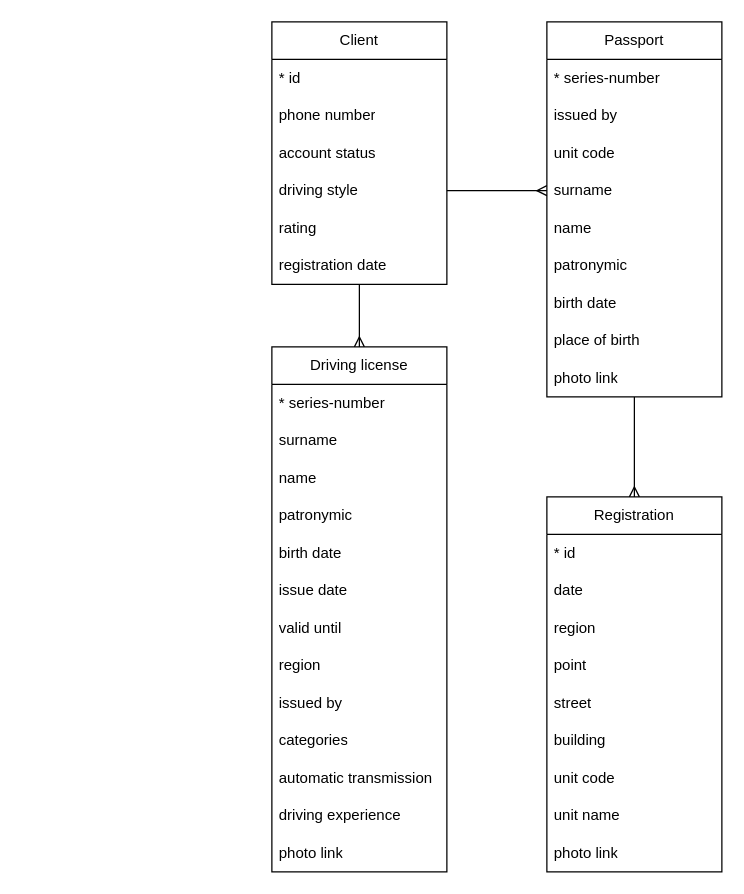
The draw.io diagram relations.drawio in car-sharing-proto/client-db, before the edit. Source tidied: cells renumbered, new cells numbered last; positions are measured from the earlier drawing's top-left corner, leaving out a move shared by most shapes. Both pictures are drawn from the tidied source at 125%, with x=0, y=0 at pixel (271, 21).
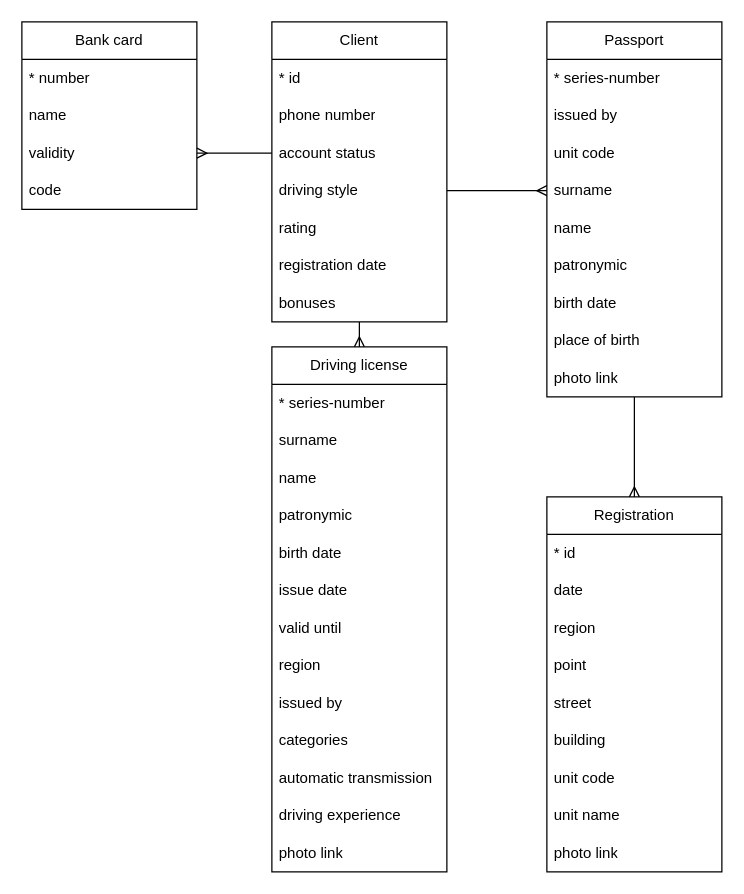
After the change.

Commit message (it also covers changes not shown here):
update data schema

Diff of the diagram source:
```diff
@@
+    <mxCell id="46" style="edgeStyle=orthogonalEdgeStyle;rounded=0;jettySize=auto;html=1;endArrow=ERmany;endFill=0;" parent="1" edge="1" source="3" target="48">
+      <mxGeometry relative="1" as="geometry">
+        <Array as="points">
+          <mxPoint x="-50" y="105" />
+          <mxPoint x="-50" y="105" />
+        </Array>
+      </mxGeometry>
+    </mxCell>
     <mxCell id="3" value="Client" style="swimlane;fontStyle=0;horizontal=1;startSize=30;whiteSpace=wrap;html=1;" parent="1" vertex="1">
-      <mxGeometry width="140" height="210" as="geometry" />
+      <mxGeometry width="140" height="240" as="geometry" />
     </mxCell>
@@
+    <mxCell id="47" value="bonuses" style="text;strokeColor=none;fillColor=none;align=left;verticalAlign=middle;spacingLeft=4;spacingRight=4;overflow=hidden;whiteSpace=wrap;html=1;" parent="3" vertex="1">
+      <mxGeometry y="210" width="140" height="30" as="geometry" />
+    </mxCell>
@@
+    <mxCell id="48" value="Bank card" style="swimlane;fontStyle=0;horizontal=1;startSize=30;whiteSpace=wrap;html=1;" parent="1" vertex="1">
+      <mxGeometry x="-200" width="140" height="150" as="geometry" />
+    </mxCell>
+    <mxCell id="49" value="* number" style="text;strokeColor=none;fillColor=none;align=left;verticalAlign=middle;spacingLeft=4;spacingRight=4;overflow=hidden;whiteSpace=wrap;html=1;" parent="48" vertex="1">
+      <mxGeometry y="30" width="140" height="30" as="geometry" />
+    </mxCell>
+    <mxCell id="50" value="name" style="text;strokeColor=none;fillColor=none;align=left;verticalAlign=middle;spacingLeft=4;spacingRight=4;overflow=hidden;whiteSpace=wrap;html=1;" parent="48" vertex="1">
+      <mxGeometry y="60" width="140" height="30" as="geometry" />
+    </mxCell>
+    <mxCell id="51" value="validity" style="text;strokeColor=none;fillColor=none;align=left;verticalAlign=middle;spacingLeft=4;spacingRight=4;overflow=hidden;whiteSpace=wrap;html=1;" parent="48" vertex="1">
+      <mxGeometry y="90" width="140" height="30" as="geometry" />
+    </mxCell>
+    <mxCell id="52" value="code" style="text;strokeColor=none;fillColor=none;align=left;verticalAlign=middle;spacingLeft=4;spacingRight=4;overflow=hidden;whiteSpace=wrap;html=1;" parent="48" vertex="1">
+      <mxGeometry y="120" width="140" height="30" as="geometry" />
+    </mxCell>
```
